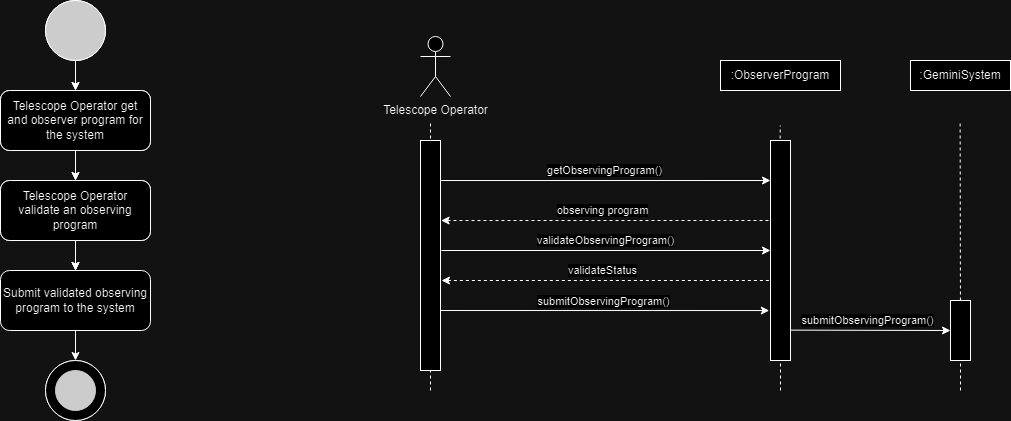
Earlier version of the draw.io export 2023-ITDS361-1/phase-1/image/USE-CASE4.png (ICT-Mahidol/Gemini-2023-DST). Source tidied: cells renumbered, new cells last; positions are measured from the earlier drawing's top-left corner, leaving out a move shared by most shapes. Its diagram source:
```xml
<mxGraphModel>
  <root>
    <mxCell id="0" />
    <mxCell id="1" parent="0" />
    <mxCell id="2" value="Submit validated observing program to the system" style="rounded=1;whiteSpace=wrap;html=1;" parent="1" vertex="1">
      <mxGeometry y="270" width="150" height="60" as="geometry" />
    </mxCell>
    <mxCell id="3" style="endArrow=classic;html=1;rounded=0;exitX=0.5;exitY=1;exitDx=0;exitDy=0;entryX=0.5;entryY=0;entryDx=0;entryDy=0;" parent="1" edge="1" source="2">
      <mxGeometry relative="1" as="geometry">
        <mxPoint x="75" y="360" as="targetPoint" />
      </mxGeometry>
    </mxCell>
    <mxCell id="4" style="ellipse;whiteSpace=wrap;html=1;fillColor=#333333;" parent="1" vertex="1">
      <mxGeometry x="45" width="60" height="60" as="geometry" />
    </mxCell>
    <mxCell id="5" style="ellipse;whiteSpace=wrap;html=1;" parent="1" vertex="1">
      <mxGeometry x="45" y="360" width="60" height="60" as="geometry" />
    </mxCell>
    <mxCell id="6" style="ellipse;whiteSpace=wrap;html=1;strokeColor=#333333;fillColor=#333333;" parent="1" vertex="1">
      <mxGeometry x="55" y="370" width="40" height="40" as="geometry" />
    </mxCell>
    <mxCell id="7" value="Employees get data from new cars.&lt;span id=&quot;docs-internal-guid-32146588-7fff-464c-8460-13612f1e4837&quot;&gt;&lt;/span&gt;" style="rounded=1;whiteSpace=wrap;html=1;" parent="1" vertex="1">
      <mxGeometry y="90" width="150" height="60" as="geometry" />
    </mxCell>
    <mxCell id="8" value="Employees insert new car data into the database.&lt;span id=&quot;docs-internal-guid-32146588-7fff-464c-8460-13612f1e4837&quot;&gt;&lt;/span&gt;" style="rounded=1;whiteSpace=wrap;html=1;" parent="1" vertex="1">
      <mxGeometry y="180" width="150" height="60" as="geometry" />
    </mxCell>
    <mxCell id="9" style="endArrow=classic;html=1;rounded=0;exitX=0.5;exitY=1;exitDx=0;exitDy=0;entryX=0.5;entryY=0;entryDx=0;entryDy=0;" parent="1" edge="1" source="4" target="7">
      <mxGeometry relative="1" as="geometry" />
    </mxCell>
    <mxCell id="10" style="endArrow=classic;html=1;rounded=0;exitX=0.5;exitY=1;exitDx=0;exitDy=0;entryX=0.5;entryY=0;entryDx=0;entryDy=0;" parent="1" edge="1" source="7" target="8">
      <mxGeometry relative="1" as="geometry" />
    </mxCell>
    <mxCell id="11" style="endArrow=classic;html=1;rounded=0;exitX=0.5;exitY=1;exitDx=0;exitDy=0;" parent="1" edge="1" source="8">
      <mxGeometry relative="1" as="geometry">
        <mxPoint x="75" y="270" as="targetPoint" />
      </mxGeometry>
    </mxCell>
    <mxCell id="12" style="ellipse;whiteSpace=wrap;html=1;fillColor=#333333;" parent="1" vertex="1">
      <mxGeometry x="45" width="60" height="60" as="geometry" />
    </mxCell>
    <mxCell id="13" style="ellipse;whiteSpace=wrap;html=1;" parent="1" vertex="1">
      <mxGeometry x="45" y="360" width="60" height="60" as="geometry" />
    </mxCell>
    <mxCell id="14" style="ellipse;whiteSpace=wrap;html=1;strokeColor=#333333;fillColor=#333333;" parent="1" vertex="1">
      <mxGeometry x="55" y="370" width="40" height="40" as="geometry" />
    </mxCell>
    <mxCell id="15" value="Telescope Operator get and observer program for the system" style="rounded=1;whiteSpace=wrap;html=1;" parent="1" vertex="1">
      <mxGeometry y="90" width="150" height="60" as="geometry" />
    </mxCell>
    <mxCell id="16" style="edgeStyle=orthogonalEdgeStyle;rounded=0;jettySize=auto;html=1;" parent="1" edge="1" source="17" target="2">
      <mxGeometry relative="1" as="geometry" />
    </mxCell>
    <mxCell id="17" value="Telescope Operator validate an observing program&lt;span id=&quot;docs-internal-guid-7c1d2e2a-7fff-f149-3e2c-1baf5393de07&quot;&gt;&lt;/span&gt;" style="rounded=1;whiteSpace=wrap;html=1;" parent="1" vertex="1">
      <mxGeometry y="180" width="150" height="60" as="geometry" />
    </mxCell>
    <mxCell id="18" style="endArrow=classic;html=1;rounded=0;exitX=0.5;exitY=1;exitDx=0;exitDy=0;entryX=0.5;entryY=0;entryDx=0;entryDy=0;" parent="1" edge="1" source="12" target="15">
      <mxGeometry relative="1" as="geometry" />
    </mxCell>
    <mxCell id="19" style="endArrow=classic;html=1;rounded=0;exitX=0.5;exitY=1;exitDx=0;exitDy=0;entryX=0.5;entryY=0;entryDx=0;entryDy=0;" parent="1" edge="1" source="15" target="17">
      <mxGeometry relative="1" as="geometry" />
    </mxCell>
    <mxCell id="20" style="endArrow=classic;html=1;rounded=0;exitX=0.5;exitY=1;exitDx=0;exitDy=0;" parent="1" edge="1" source="17">
      <mxGeometry relative="1" as="geometry">
        <mxPoint x="75" y="270" as="targetPoint" />
      </mxGeometry>
    </mxCell>
    <mxCell id="21" style="endArrow=none;dashed=1;html=1;rounded=0;" parent="1" edge="1" source="40">
      <mxGeometry relative="1" as="geometry">
        <mxPoint x="959.6" y="120" as="targetPoint" />
      </mxGeometry>
    </mxCell>
    <mxCell id="22" style="endArrow=classic;html=1;rounded=0;exitX=1.057;exitY=0.961;exitDx=0;exitDy=0;exitPerimeter=0;entryX=0;entryY=0.5;entryDx=0;entryDy=0;" parent="1" edge="1" target="40">
      <mxGeometry relative="1" as="geometry">
        <mxPoint x="790" y="329.6" as="sourcePoint" />
      </mxGeometry>
    </mxCell>
    <mxCell id="23" value="submitObservingProgram()" style="edgeLabel;html=1;align=center;verticalAlign=middle;" parent="22" vertex="1">
      <mxGeometry x="0.02" y="-1" relative="1" as="geometry">
        <mxPoint x="-5" y="-11" as="offset" />
      </mxGeometry>
    </mxCell>
    <mxCell id="24" style="endArrow=none;dashed=1;html=1;rounded=0;" parent="1" edge="1">
      <mxGeometry relative="1" as="geometry">
        <mxPoint x="780" y="390" as="sourcePoint" />
        <mxPoint x="779.7" y="125" as="targetPoint" />
      </mxGeometry>
    </mxCell>
    <mxCell id="25" style="endArrow=none;dashed=1;html=1;rounded=0;" parent="1" edge="1">
      <mxGeometry relative="1" as="geometry">
        <mxPoint x="430" y="390" as="sourcePoint" />
        <mxPoint x="430" y="120" as="targetPoint" />
      </mxGeometry>
    </mxCell>
    <mxCell id="26" value="Telescope Operator" style="shape=umlActor;verticalLabelPosition=bottom;verticalAlign=top;html=1;" parent="1" vertex="1">
      <mxGeometry x="420" y="36" width="30" height="60" as="geometry" />
    </mxCell>
    <mxCell id="27" style="rounded=0;whiteSpace=wrap;html=1;" parent="1" vertex="1">
      <mxGeometry x="420" y="140" width="20" height="230" as="geometry" />
    </mxCell>
    <mxCell id="28" style="endArrow=classic;html=1;rounded=0;exitX=1.085;exitY=0.871;exitDx=0;exitDy=0;exitPerimeter=0;entryX=-0.062;entryY=0.773;entryDx=0;entryDy=0;entryPerimeter=0;" parent="1" edge="1" target="34">
      <mxGeometry relative="1" as="geometry">
        <mxPoint x="440" y="310" as="sourcePoint" />
      </mxGeometry>
    </mxCell>
    <mxCell id="29" value="submitObservingProgram()" style="edgeLabel;html=1;align=center;verticalAlign=middle;" parent="28" vertex="1">
      <mxGeometry x="0.02" y="-1" relative="1" as="geometry">
        <mxPoint x="-5" y="-11" as="offset" />
      </mxGeometry>
    </mxCell>
    <mxCell id="30" style="endArrow=classic;html=1;rounded=0;exitX=1.033;exitY=0.174;exitDx=0;exitDy=0;exitPerimeter=0;" parent="1" edge="1" source="27">
      <mxGeometry relative="1" as="geometry">
        <mxPoint x="770" y="180" as="targetPoint" />
      </mxGeometry>
    </mxCell>
    <mxCell id="31" value="getObservingProgram()" style="edgeLabel;html=1;align=center;verticalAlign=middle;" parent="30" vertex="1">
      <mxGeometry x="0.02" y="-1" relative="1" as="geometry">
        <mxPoint x="-5" y="-12" as="offset" />
      </mxGeometry>
    </mxCell>
    <mxCell id="32" value="observing program" style="endArrow=none;dashed=1;html=1;rounded=0;exitX=1.032;exitY=0.348;exitDx=0;exitDy=0;startArrow=classic;startFill=1;exitPerimeter=0;" parent="1" edge="1" source="27">
      <mxGeometry x="-0.02" y="10" relative="1" as="geometry">
        <mxPoint x="770" y="220" as="targetPoint" />
      </mxGeometry>
    </mxCell>
    <mxCell id="33" value=":ObserverProgram" style="rounded=0;whiteSpace=wrap;html=1;" parent="1" vertex="1">
      <mxGeometry x="720" y="60" width="120" height="30" as="geometry" />
    </mxCell>
    <mxCell id="34" style="rounded=0;whiteSpace=wrap;html=1;" parent="1" vertex="1">
      <mxGeometry x="770" y="140" width="20" height="220" as="geometry" />
    </mxCell>
    <mxCell id="35" style="endArrow=classic;html=1;rounded=0;exitX=1.033;exitY=0.174;exitDx=0;exitDy=0;exitPerimeter=0;" parent="1" edge="1">
      <mxGeometry relative="1" as="geometry">
        <mxPoint x="441" y="250" as="sourcePoint" />
        <mxPoint x="770" y="250" as="targetPoint" />
      </mxGeometry>
    </mxCell>
    <mxCell id="36" value="validateObservingProgram()" style="edgeLabel;html=1;align=center;verticalAlign=middle;" parent="35" vertex="1">
      <mxGeometry x="0.02" y="-1" relative="1" as="geometry">
        <mxPoint x="-5" y="-12" as="offset" />
      </mxGeometry>
    </mxCell>
    <mxCell id="37" value="validateStatus" style="endArrow=none;dashed=1;html=1;rounded=0;exitX=1.032;exitY=0.348;exitDx=0;exitDy=0;startArrow=classic;startFill=1;exitPerimeter=0;" parent="1" edge="1">
      <mxGeometry x="-0.02" y="10" relative="1" as="geometry">
        <mxPoint x="441" y="280" as="sourcePoint" />
        <mxPoint x="770" y="280" as="targetPoint" />
      </mxGeometry>
    </mxCell>
    <mxCell id="38" value=":GeminiSystem" style="rounded=0;whiteSpace=wrap;html=1;" parent="1" vertex="1">
      <mxGeometry x="910" y="60" width="100" height="30" as="geometry" />
    </mxCell>
    <mxCell id="39" style="endArrow=none;dashed=1;html=1;rounded=0;" parent="1" edge="1" target="40">
      <mxGeometry relative="1" as="geometry">
        <mxPoint x="960" y="390" as="sourcePoint" />
      </mxGeometry>
    </mxCell>
    <mxCell id="40" style="rounded=0;whiteSpace=wrap;html=1;" parent="1" vertex="1">
      <mxGeometry x="950" y="300" width="20" height="60" as="geometry" />
    </mxCell>
  </root>
</mxGraphModel>
```
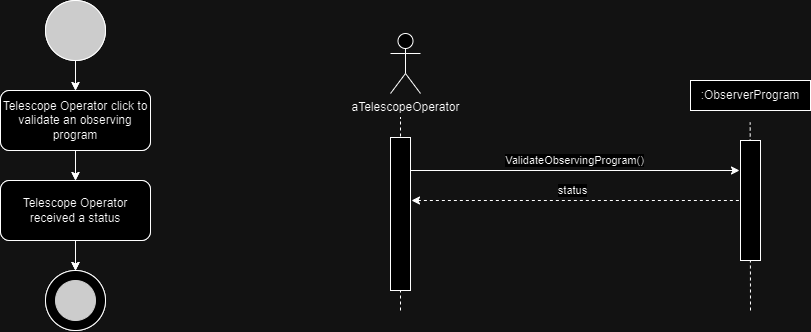
After the commit.

The edit, as a diff of the source:
```diff
@@ -2,23 +2,9 @@
   <root>
     <mxCell id="0" />
     <mxCell id="1" parent="0" />
-    <mxCell id="2" value="Submit validated observing program to the system" style="rounded=1;whiteSpace=wrap;html=1;" parent="1" vertex="1">
-      <mxGeometry y="270" width="150" height="60" as="geometry" />
-    </mxCell>
-    <mxCell id="3" style="endArrow=classic;html=1;rounded=0;exitX=0.5;exitY=1;exitDx=0;exitDy=0;entryX=0.5;entryY=0;entryDx=0;entryDy=0;" parent="1" edge="1" source="2">
-      <mxGeometry relative="1" as="geometry">
-        <mxPoint x="75" y="360" as="targetPoint" />
-      </mxGeometry>
-    </mxCell>
     <mxCell id="4" style="ellipse;whiteSpace=wrap;html=1;fillColor=#333333;" parent="1" vertex="1">
       <mxGeometry x="45" width="60" height="60" as="geometry" />
     </mxCell>
-    <mxCell id="5" style="ellipse;whiteSpace=wrap;html=1;" parent="1" vertex="1">
-      <mxGeometry x="45" y="360" width="60" height="60" as="geometry" />
-    </mxCell>
-    <mxCell id="6" style="ellipse;whiteSpace=wrap;html=1;strokeColor=#333333;fillColor=#333333;" parent="1" vertex="1">
-      <mxGeometry x="55" y="370" width="40" height="40" as="geometry" />
-    </mxCell>
     <mxCell id="7" value="Employees get data from new cars.&lt;span id=&quot;docs-internal-guid-32146588-7fff-464c-8460-13612f1e4837&quot;&gt;&lt;/span&gt;" style="rounded=1;whiteSpace=wrap;html=1;" parent="1" vertex="1">
       <mxGeometry y="90" width="150" height="60" as="geometry" />
     </mxCell>
@@ -39,19 +25,15 @@
     <mxCell id="12" style="ellipse;whiteSpace=wrap;html=1;fillColor=#333333;" parent="1" vertex="1">
       <mxGeometry x="45" width="60" height="60" as="geometry" />
     </mxCell>
-    <mxCell id="13" style="ellipse;whiteSpace=wrap;html=1;" parent="1" vertex="1">
-      <mxGeometry x="45" y="360" width="60" height="60" as="geometry" />
-    </mxCell>
-    <mxCell id="14" style="ellipse;whiteSpace=wrap;html=1;strokeColor=#333333;fillColor=#333333;" parent="1" vertex="1">
-      <mxGeometry x="55" y="370" width="40" height="40" as="geometry" />
-    </mxCell>
-    <mxCell id="15" value="Telescope Operator get and observer program for the system" style="rounded=1;whiteSpace=wrap;html=1;" parent="1" vertex="1">
+    <mxCell id="15" value="Telescope Operator click to validate an observing program" style="rounded=1;whiteSpace=wrap;html=1;" parent="1" vertex="1">
       <mxGeometry y="90" width="150" height="60" as="geometry" />
     </mxCell>
-    <mxCell id="16" style="edgeStyle=orthogonalEdgeStyle;rounded=0;jettySize=auto;html=1;" parent="1" edge="1" source="17" target="2">
-      <mxGeometry relative="1" as="geometry" />
+    <mxCell id="16" style="edgeStyle=orthogonalEdgeStyle;rounded=0;jettySize=auto;html=1;" parent="1" edge="1" source="17">
+      <mxGeometry relative="1" as="geometry">
+        <mxPoint x="75" y="270" as="targetPoint" />
+      </mxGeometry>
     </mxCell>
-    <mxCell id="17" value="Telescope Operator validate an observing program&lt;span id=&quot;docs-internal-guid-7c1d2e2a-7fff-f149-3e2c-1baf5393de07&quot;&gt;&lt;/span&gt;" style="rounded=1;whiteSpace=wrap;html=1;" parent="1" vertex="1">
+    <mxCell id="17" value="Telescope Operator received a status&lt;span id=&quot;docs-internal-guid-7c1d2e2a-7fff-f149-3e2c-1baf5393de07&quot;&gt;&lt;/span&gt;" style="rounded=1;whiteSpace=wrap;html=1;" parent="1" vertex="1">
       <mxGeometry y="180" width="150" height="60" as="geometry" />
     </mxCell>
     <mxCell id="18" style="endArrow=classic;html=1;rounded=0;exitX=0.5;exitY=1;exitDx=0;exitDy=0;entryX=0.5;entryY=0;entryDx=0;entryDy=0;" parent="1" edge="1" source="12" target="15">
@@ -65,97 +47,61 @@
         <mxPoint x="75" y="270" as="targetPoint" />
       </mxGeometry>
     </mxCell>
-    <mxCell id="21" style="endArrow=none;dashed=1;html=1;rounded=0;" parent="1" edge="1" source="40">
-      <mxGeometry relative="1" as="geometry">
-        <mxPoint x="959.6" y="120" as="targetPoint" />
-      </mxGeometry>
-    </mxCell>
-    <mxCell id="22" style="endArrow=classic;html=1;rounded=0;exitX=1.057;exitY=0.961;exitDx=0;exitDy=0;exitPerimeter=0;entryX=0;entryY=0.5;entryDx=0;entryDy=0;" parent="1" edge="1" target="40">
-      <mxGeometry relative="1" as="geometry">
-        <mxPoint x="790" y="329.6" as="sourcePoint" />
-      </mxGeometry>
-    </mxCell>
-    <mxCell id="23" value="submitObservingProgram()" style="edgeLabel;html=1;align=center;verticalAlign=middle;" parent="22" vertex="1">
-      <mxGeometry x="0.02" y="-1" relative="1" as="geometry">
-        <mxPoint x="-5" y="-11" as="offset" />
-      </mxGeometry>
-    </mxCell>
-    <mxCell id="24" style="endArrow=none;dashed=1;html=1;rounded=0;" parent="1" edge="1">
-      <mxGeometry relative="1" as="geometry">
-        <mxPoint x="780" y="390" as="sourcePoint" />
-        <mxPoint x="779.7" y="125" as="targetPoint" />
-      </mxGeometry>
-    </mxCell>
-    <mxCell id="25" style="endArrow=none;dashed=1;html=1;rounded=0;" parent="1" edge="1">
-      <mxGeometry relative="1" as="geometry">
-        <mxPoint x="430" y="390" as="sourcePoint" />
-        <mxPoint x="430" y="120" as="targetPoint" />
-      </mxGeometry>
-    </mxCell>
-    <mxCell id="26" value="Telescope Operator" style="shape=umlActor;verticalLabelPosition=bottom;verticalAlign=top;html=1;" parent="1" vertex="1">
-      <mxGeometry x="420" y="36" width="30" height="60" as="geometry" />
-    </mxCell>
-    <mxCell id="27" style="rounded=0;whiteSpace=wrap;html=1;" parent="1" vertex="1">
-      <mxGeometry x="420" y="140" width="20" height="230" as="geometry" />
-    </mxCell>
-    <mxCell id="28" style="endArrow=classic;html=1;rounded=0;exitX=1.085;exitY=0.871;exitDx=0;exitDy=0;exitPerimeter=0;entryX=-0.062;entryY=0.773;entryDx=0;entryDy=0;entryPerimeter=0;" parent="1" edge="1" target="34">
-      <mxGeometry relative="1" as="geometry">
-        <mxPoint x="440" y="310" as="sourcePoint" />
-      </mxGeometry>
-    </mxCell>
-    <mxCell id="29" value="submitObservingProgram()" style="edgeLabel;html=1;align=center;verticalAlign=middle;" parent="28" vertex="1">
-      <mxGeometry x="0.02" y="-1" relative="1" as="geometry">
-        <mxPoint x="-5" y="-11" as="offset" />
-      </mxGeometry>
-    </mxCell>
-    <mxCell id="30" style="endArrow=classic;html=1;rounded=0;exitX=1.033;exitY=0.174;exitDx=0;exitDy=0;exitPerimeter=0;" parent="1" edge="1" source="27">
-      <mxGeometry relative="1" as="geometry">
-        <mxPoint x="770" y="180" as="targetPoint" />
-      </mxGeometry>
-    </mxCell>
-    <mxCell id="31" value="getObservingProgram()" style="edgeLabel;html=1;align=center;verticalAlign=middle;" parent="30" vertex="1">
-      <mxGeometry x="0.02" y="-1" relative="1" as="geometry">
-        <mxPoint x="-5" y="-12" as="offset" />
-      </mxGeometry>
-    </mxCell>
-    <mxCell id="32" value="observing program" style="endArrow=none;dashed=1;html=1;rounded=0;exitX=1.032;exitY=0.348;exitDx=0;exitDy=0;startArrow=classic;startFill=1;exitPerimeter=0;" parent="1" edge="1" source="27">
-      <mxGeometry x="-0.02" y="10" relative="1" as="geometry">
-        <mxPoint x="770" y="220" as="targetPoint" />
-      </mxGeometry>
-    </mxCell>
+    <mxCell id="41" style="endArrow=none;dashed=1;html=1;rounded=0;" parent="1" edge="1">
+      <mxGeometry relative="1" as="geometry">
+        <mxPoint x="750" y="310" as="sourcePoint" />
+        <mxPoint x="749.7" y="122" as="targetPoint" />
+      </mxGeometry>
+    </mxCell>
+    <mxCell id="42" style="endArrow=none;dashed=1;html=1;rounded=0;" parent="1" edge="1">
+      <mxGeometry relative="1" as="geometry">
+        <mxPoint x="400" y="310" as="sourcePoint" />
+        <mxPoint x="400" y="117" as="targetPoint" />
+      </mxGeometry>
+    </mxCell>
+    <mxCell id="43" value="aTelescopeOperator" style="shape=umlActor;verticalLabelPosition=bottom;verticalAlign=top;html=1;" parent="1" vertex="1">
+      <mxGeometry x="390" y="33" width="30" height="60" as="geometry" />
+    </mxCell>
+    <mxCell id="44" style="rounded=0;whiteSpace=wrap;html=1;" parent="1" vertex="1">
+      <mxGeometry x="390" y="137" width="20" height="153" as="geometry" />
+    </mxCell>
     <mxCell id="33" value=":ObserverProgram" style="rounded=0;whiteSpace=wrap;html=1;" parent="1" vertex="1">
-      <mxGeometry x="720" y="60" width="120" height="30" as="geometry" />
+      <mxGeometry x="690" y="80" width="120" height="30" as="geometry" />
     </mxCell>
-    <mxCell id="34" style="rounded=0;whiteSpace=wrap;html=1;" parent="1" vertex="1">
-      <mxGeometry x="770" y="140" width="20" height="220" as="geometry" />
-    </mxCell>
-    <mxCell id="35" style="endArrow=classic;html=1;rounded=0;exitX=1.033;exitY=0.174;exitDx=0;exitDy=0;exitPerimeter=0;" parent="1" edge="1">
-      <mxGeometry relative="1" as="geometry">
-        <mxPoint x="441" y="250" as="sourcePoint" />
-        <mxPoint x="770" y="250" as="targetPoint" />
-      </mxGeometry>
-    </mxCell>
-    <mxCell id="36" value="validateObservingProgram()" style="edgeLabel;html=1;align=center;verticalAlign=middle;" parent="35" vertex="1">
-      <mxGeometry x="0.02" y="-1" relative="1" as="geometry">
-        <mxPoint x="-5" y="-12" as="offset" />
-      </mxGeometry>
-    </mxCell>
-    <mxCell id="37" value="validateStatus" style="endArrow=none;dashed=1;html=1;rounded=0;exitX=1.032;exitY=0.348;exitDx=0;exitDy=0;startArrow=classic;startFill=1;exitPerimeter=0;" parent="1" edge="1">
-      <mxGeometry x="-0.02" y="10" relative="1" as="geometry">
-        <mxPoint x="441" y="280" as="sourcePoint" />
-        <mxPoint x="770" y="280" as="targetPoint" />
-      </mxGeometry>
-    </mxCell>
-    <mxCell id="38" value=":GeminiSystem" style="rounded=0;whiteSpace=wrap;html=1;" parent="1" vertex="1">
-      <mxGeometry x="910" y="60" width="100" height="30" as="geometry" />
-    </mxCell>
-    <mxCell id="39" style="endArrow=none;dashed=1;html=1;rounded=0;" parent="1" edge="1" target="40">
-      <mxGeometry relative="1" as="geometry">
-        <mxPoint x="960" y="390" as="sourcePoint" />
-      </mxGeometry>
-    </mxCell>
-    <mxCell id="40" style="rounded=0;whiteSpace=wrap;html=1;" parent="1" vertex="1">
-      <mxGeometry x="950" y="300" width="20" height="60" as="geometry" />
-    </mxCell>
+    <mxCell id="45" style="rounded=0;whiteSpace=wrap;html=1;" parent="1" vertex="1">
+      <mxGeometry x="740" y="140" width="20" height="120" as="geometry" />
+    </mxCell>
+    <mxCell id="46" style="endArrow=classic;html=1;rounded=0;exitX=1.033;exitY=0.174;exitDx=0;exitDy=0;exitPerimeter=0;" parent="1" edge="1">
+      <mxGeometry relative="1" as="geometry">
+        <mxPoint x="410" y="170" as="sourcePoint" />
+        <mxPoint x="739" y="170" as="targetPoint" />
+      </mxGeometry>
+    </mxCell>
+    <mxCell id="47" value="ValidateObservingProgram()" style="edgeLabel;html=1;align=center;verticalAlign=middle;" parent="46" vertex="1">
+      <mxGeometry x="0.02" y="-1" relative="1" as="geometry">
+        <mxPoint x="-5" y="-12" as="offset" />
+      </mxGeometry>
+    </mxCell>
+    <mxCell id="48" value="status" style="endArrow=none;dashed=1;html=1;rounded=0;exitX=1.032;exitY=0.348;exitDx=0;exitDy=0;startArrow=classic;startFill=1;exitPerimeter=0;" parent="1" edge="1">
+      <mxGeometry x="-0.02" y="10" relative="1" as="geometry">
+        <mxPoint x="411" y="200" as="sourcePoint" />
+        <mxPoint x="740" y="200" as="targetPoint" />
+      </mxGeometry>
+    </mxCell>
+    <mxCell id="49" style="group;" parent="1" vertex="1">
+      <mxGeometry x="45" y="270" width="60" height="60" as="geometry" />
+    </mxCell>
+    <mxCell id="5" style="ellipse;whiteSpace=wrap;html=1;" parent="49" vertex="1">
+      <mxGeometry width="60" height="60" as="geometry" />
+    </mxCell>
+    <mxCell id="6" style="ellipse;whiteSpace=wrap;html=1;strokeColor=#333333;fillColor=#333333;" parent="49" vertex="1">
+      <mxGeometry x="10" y="10" width="40" height="40" as="geometry" />
+    </mxCell>
+    <mxCell id="13" style="ellipse;whiteSpace=wrap;html=1;" parent="49" vertex="1">
+      <mxGeometry width="60" height="60" as="geometry" />
+    </mxCell>
+    <mxCell id="14" style="ellipse;whiteSpace=wrap;html=1;strokeColor=#333333;fillColor=#333333;" parent="49" vertex="1">
+      <mxGeometry x="10" y="10" width="40" height="40" as="geometry" />
+    </mxCell>
   </root>
 </mxGraphModel>
```
